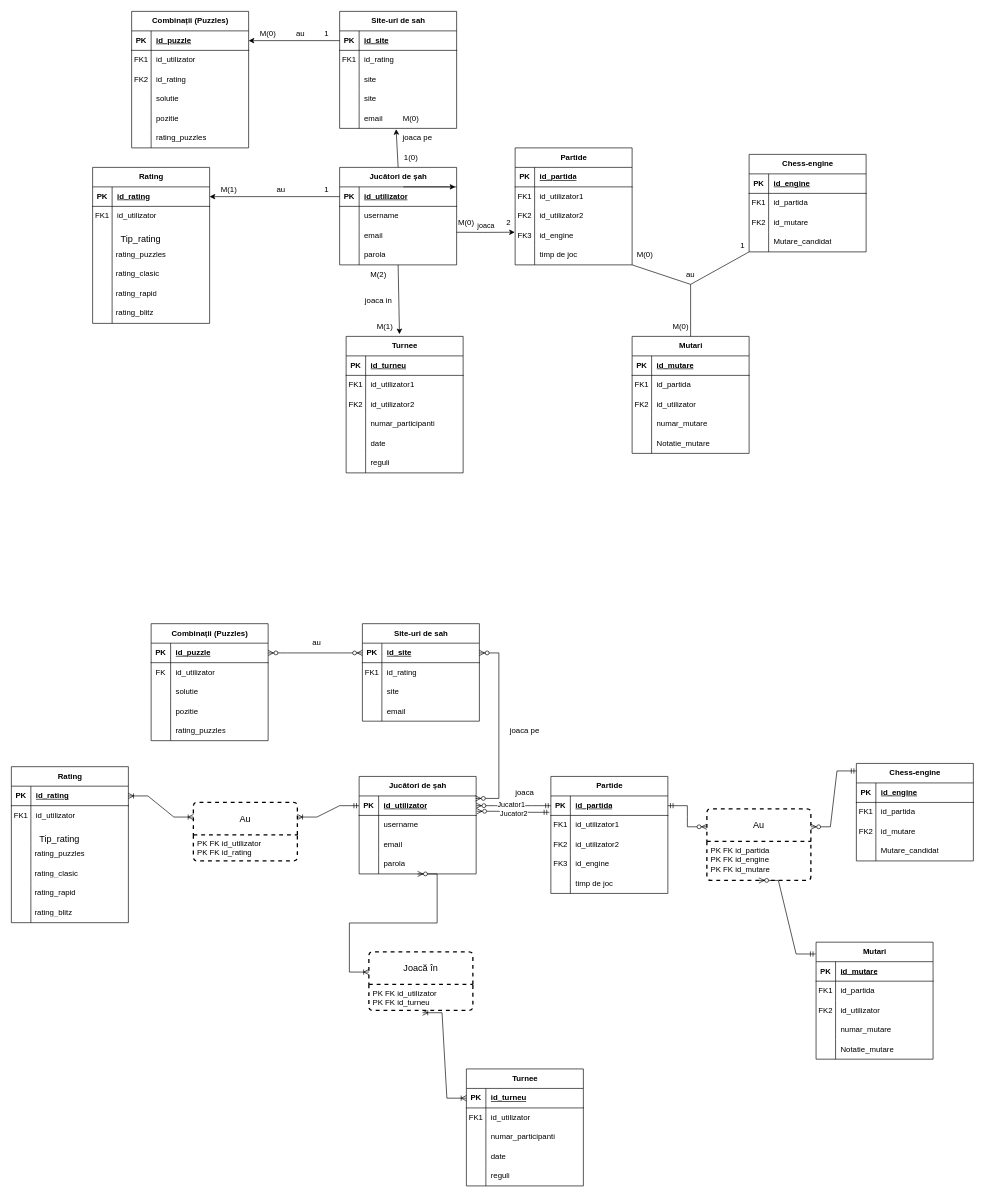
This is Anul1/Semestrul 2/BD/proiect/Sah.drawio from CiprianVlad/facultate, a draw.io file, before an edit. Source tidied: cells renumbered, new cells numbered last; positions are measured from the earlier drawing's top-left corner, leaving out a move shared by most shapes. Both pictures are drawn from the tidied source at 65%, with x=0, y=0 at pixel (11, 11).
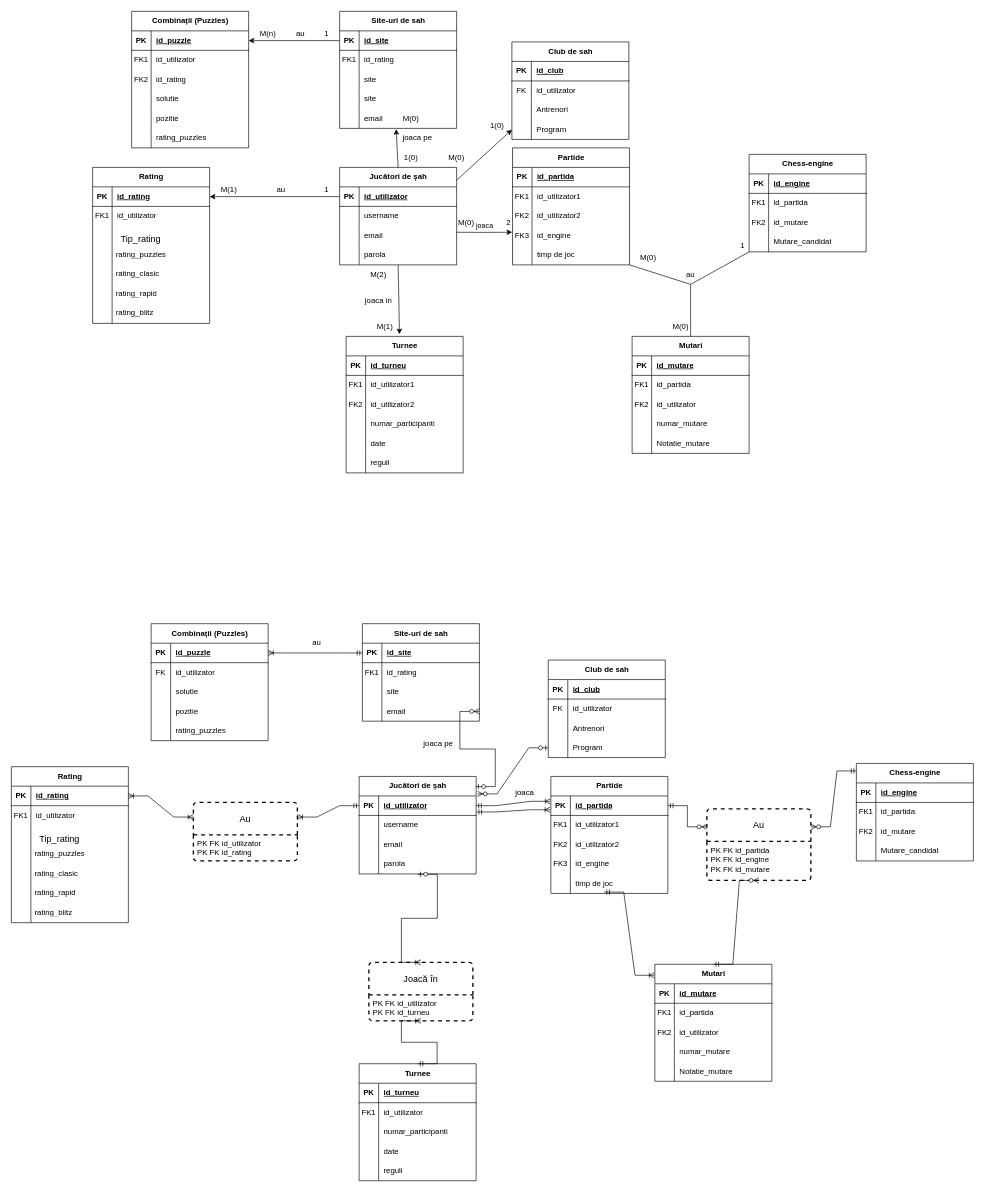
The same diagram, later.

Unchanged cells that the change refers to:
```xml
<mxCell id="2" value="Jucători de șah" style="shape=table;startSize=30;childLayout=tableLayout;rowLines=0;fontStyle=1;align=center;html=1;" parent="1" vertex="1">
  <mxGeometry x="505" y="240" width="180" height="150" as="geometry" />
</mxCell>
<mxCell id="159" value="Jucători de șah" style="shape=table;startSize=30;childLayout=tableLayout;rowLines=0;fontStyle=1;align=center;html=1;" parent="1" vertex="1">
  <mxGeometry x="535" y="1177" width="180" height="150" as="geometry" />
</mxCell>
<mxCell id="160" style="shape=tableRow;horizontal=0;startSize=0;swimlaneHead=0;swimlaneBody=0;fillColor=none;points=[[0,0.5],[1,0.5]];portConstraint=eastwest;top=0;left=0;right=0;bottom=1;" parent="159" vertex="1">
  <mxGeometry y="30" width="180" height="30" as="geometry" />
</mxCell>
<mxCell id="169" style="shape=tableRow;horizontal=0;startSize=0;swimlaneHead=0;swimlaneBody=0;fillColor=none;points=[[0,0.5],[1,0.5]];portConstraint=eastwest;top=0;left=0;right=0;bottom=0;" parent="159" vertex="1">
  <mxGeometry y="120" width="180" height="30" as="geometry" />
</mxCell>
<mxCell id="173" style="shape=tableRow;horizontal=0;startSize=0;swimlaneHead=0;swimlaneBody=0;fillColor=none;points=[[0,0.5],[1,0.5]];portConstraint=eastwest;top=0;left=0;right=0;bottom=1;" parent="172" vertex="1">
  <mxGeometry y="30" width="180" height="30" as="geometry" />
</mxCell>
<mxCell id="185" style="shape=tableRow;horizontal=0;startSize=0;swimlaneHead=0;swimlaneBody=0;fillColor=none;points=[[0,0.5],[1,0.5]];portConstraint=eastwest;top=0;left=0;right=0;bottom=0;" parent="172" vertex="1">
  <mxGeometry y="150" width="180" height="30" as="geometry" />
</mxCell>
<mxCell id="189" style="shape=tableRow;horizontal=0;startSize=0;swimlaneHead=0;swimlaneBody=0;fillColor=none;points=[[0,0.5],[1,0.5]];portConstraint=eastwest;top=0;left=0;right=0;bottom=1;" parent="188" vertex="1">
  <mxGeometry y="30" width="180" height="30" as="geometry" />
</mxCell>
<mxCell id="198" style="shape=tableRow;horizontal=0;startSize=0;swimlaneHead=0;swimlaneBody=0;fillColor=none;points=[[0,0.5],[1,0.5]];portConstraint=eastwest;top=0;left=0;right=0;bottom=0;" parent="188" vertex="1">
  <mxGeometry y="120" width="180" height="30" as="geometry" />
</mxCell>
<mxCell id="231" style="shape=tableRow;horizontal=0;startSize=0;swimlaneHead=0;swimlaneBody=0;fillColor=none;points=[[0,0.5],[1,0.5]];portConstraint=eastwest;top=0;left=0;right=0;bottom=1;" parent="230" vertex="1">
  <mxGeometry y="30" width="180" height="30" as="geometry" />
</mxCell>
<mxCell id="247" style="shape=tableRow;horizontal=0;startSize=0;swimlaneHead=0;swimlaneBody=0;fillColor=none;points=[[0,0.5],[1,0.5]];portConstraint=eastwest;top=0;left=0;right=0;bottom=1;" parent="246" vertex="1">
  <mxGeometry y="30" width="180" height="30" as="geometry" />
</mxCell>
<mxCell id="263" value="Au" style="swimlane;horizontal=1;startSize=50;rounded=1;fontSize=14;fontStyle=0;strokeWidth=2;shadow=0;dashed=1;align=center;arcSize=4;whiteSpace=wrap;html=1;" parent="1" vertex="1">
  <mxGeometry x="1070" y="1227" width="160" height="110" as="geometry" />
</mxCell>
<mxCell id="266" value="&lt;div&gt;PK FK id_utilizator&lt;/div&gt;&lt;div&gt;PK FK id_turneu&lt;/div&gt;" style="align=left;strokeColor=none;fillColor=none;spacingLeft=4;spacingRight=4;fontSize=12;verticalAlign=top;html=1;whiteSpace=wrap;dashed=1;rounded=1;" parent="265" vertex="1">
  <mxGeometry y="50" width="160" height="40" as="geometry" />
</mxCell>
```

Change to the diagram source:
```diff
@@
     <mxCell id="15" value="Partide" style="shape=table;startSize=30;childLayout=tableLayout;rowLines=0;fontStyle=1;align=center;html=1;" parent="1" vertex="1">
-      <mxGeometry x="775" y="210" width="180" height="180" as="geometry" />
+      <mxGeometry x="771" y="210" width="180" height="180" as="geometry" />
     </mxCell>
@@
-    <mxCell id="158" value="&lt;div&gt;M(0)&lt;/div&gt;" style="text;html=1;align=center;verticalAlign=middle;whiteSpace=wrap;rounded=0;" parent="1" vertex="1">
+    <mxCell id="158" value="M(n)" style="text;html=1;align=center;verticalAlign=middle;whiteSpace=wrap;rounded=0;" parent="1" vertex="1">
       <mxGeometry x="365" y="20" width="60" height="30" as="geometry" />
     </mxCell>
@@
     <mxCell id="214" value="Mutari" style="shape=table;startSize=30;childLayout=tableLayout;rowLines=0;fontStyle=1;align=center;html=1;" parent="1" vertex="1">
-      <mxGeometry x="1238" y="1432" width="180" height="180" as="geometry" />
+      <mxGeometry x="990" y="1466" width="180" height="180" as="geometry" />
     </mxCell>
@@
     <mxCell id="230" value="Turnee" style="shape=table;startSize=30;childLayout=tableLayout;rowLines=0;fontStyle=1;align=center;html=1;" parent="1" vertex="1">
-      <mxGeometry x="700" y="1627" width="180" height="180" as="geometry" />
+      <mxGeometry x="535" y="1619" width="180" height="180" as="geometry" />
     </mxCell>
@@
     <mxCell id="265" value="Joacă în" style="swimlane;horizontal=1;startSize=50;rounded=1;fontSize=14;fontStyle=0;strokeWidth=2;shadow=0;dashed=1;align=center;arcSize=4;whiteSpace=wrap;html=1;" parent="1" vertex="1">
-      <mxGeometry x="550" y="1447" width="160" height="90" as="geometry" />
+      <mxGeometry x="550" y="1463" width="160" height="90" as="geometry" />
     </mxCell>
@@
-    <mxCell id="267" style="edgeStyle=entityRelationEdgeStyle;fontSize=12;html=1;endArrow=ERoneToMany;startArrow=ERoneToMany;rounded=0;entryX=0.516;entryY=1.088;entryDx=0;entryDy=0;entryPerimeter=0;exitX=0;exitY=0.5;exitDx=0;exitDy=0;" parent="1" edge="1" source="231" target="266">
-      <mxGeometry relative="1" as="geometry">
-        <Array as="points">
-          <mxPoint x="750" y="1597" />
-          <mxPoint x="750" y="1587" />
-        </Array>
-      </mxGeometry>
-    </mxCell>
-    <mxCell id="268" style="edgeStyle=entityRelationEdgeStyle;fontSize=12;html=1;endArrow=ERzeroToMany;endFill=1;startArrow=ERzeroToMany;rounded=0;exitX=0.995;exitY=0.128;exitDx=0;exitDy=0;exitPerimeter=0;" parent="1" edge="1" source="160" target="189">
-      <mxGeometry relative="1" as="geometry">
-        <Array as="points">
-          <mxPoint x="630" y="1087" />
-          <mxPoint x="750" y="1037" />
-          <mxPoint x="600" y="1067" />
-        </Array>
-      </mxGeometry>
-    </mxCell>
-    <mxCell id="269" style="edgeStyle=entityRelationEdgeStyle;fontSize=12;html=1;endArrow=ERzeroToMany;endFill=1;startArrow=ERzeroToMany;rounded=0;entryX=0;entryY=0.5;entryDx=0;entryDy=0;exitX=1;exitY=0.5;exitDx=0;exitDy=0;" parent="1" edge="1" source="247" target="189">
-      <mxGeometry relative="1" as="geometry" />
-    </mxCell>
@@
-    <mxCell id="272" style="edgeStyle=entityRelationEdgeStyle;fontSize=12;html=1;endArrow=ERoneToMany;startArrow=ERzeroToMany;rounded=0;exitX=0.5;exitY=1;exitDx=0;exitDy=0;" parent="1" edge="1" source="159">
-      <mxGeometry relative="1" as="geometry">
-        <mxPoint x="550" y="1478" as="targetPoint" />
-      </mxGeometry>
-    </mxCell>
-    <mxCell id="273" style="edgeStyle=entityRelationEdgeStyle;fontSize=12;html=1;endArrow=ERzeroToMany;startArrow=ERmandOne;rounded=0;entryX=1;entryY=0.5;entryDx=0;entryDy=0;exitX=0;exitY=0.5;exitDx=0;exitDy=0;" parent="1" edge="1" source="173" target="160">
-      <mxGeometry relative="1" as="geometry" />
-    </mxCell>
-    <mxCell id="274" value="&lt;div&gt;Jucator1&lt;/div&gt;" style="edgeLabel;html=1;align=center;verticalAlign=middle;" parent="273" vertex="1">
-      <mxGeometry x="0.07" y="-2" relative="1" as="geometry" />
-    </mxCell>
@@
     <mxCell id="276" value="&lt;div&gt;joaca pe&lt;/div&gt;" style="text;html=1;align=center;verticalAlign=middle;whiteSpace=wrap;rounded=0;" parent="1" vertex="1">
-      <mxGeometry x="760" y="1092" width="60" height="30" as="geometry" />
+      <mxGeometry x="627" y="1111" width="60" height="30" as="geometry" />
     </mxCell>
@@
-    <mxCell id="309" style="edgeStyle=entityRelationEdgeStyle;fontSize=12;html=1;endArrow=ERzeroToMany;startArrow=ERmandOne;rounded=0;entryX=1.006;entryY=0.787;entryDx=0;entryDy=0;entryPerimeter=0;exitX=-0.013;exitY=0.84;exitDx=0;exitDy=0;exitPerimeter=0;" parent="1" edge="1" source="173" target="160">
-      <mxGeometry relative="1" as="geometry">
-        <Array as="points">
-          <mxPoint x="940" y="1127" />
-        </Array>
-      </mxGeometry>
-    </mxCell>
-    <mxCell id="310" value="&lt;div&gt;Jucator2&lt;/div&gt;" style="edgeLabel;html=1;align=center;verticalAlign=middle;" parent="309" vertex="1">
-      <mxGeometry x="-0.02" y="1" relative="1" as="geometry">
-        <mxPoint y="1" as="offset" />
-      </mxGeometry>
-    </mxCell>
     <mxCell id="311" value="M(0)" style="text;html=1;align=center;verticalAlign=middle;whiteSpace=wrap;rounded=0;" parent="1" vertex="1">
-      <mxGeometry x="945" y="360" width="60" height="30" as="geometry" />
+      <mxGeometry x="950" y="364" width="60" height="30" as="geometry" />
     </mxCell>
@@
-    <mxCell id="316" style="edgeStyle=none;orthogonalLoop=1;jettySize=auto;html=1;rounded=0;" parent="1" edge="1">
-      <mxGeometry relative="1" as="geometry">
-        <mxPoint x="603" y="270" as="sourcePoint" />
-        <mxPoint x="683" y="270" as="targetPoint" />
-      </mxGeometry>
-    </mxCell>
@@
-    <mxCell id="320" style="edgeStyle=entityRelationEdgeStyle;fontSize=12;html=1;endArrow=ERzeroToMany;startArrow=ERmandOne;rounded=0;entryX=0.5;entryY=1;entryDx=0;entryDy=0;exitX=-0.004;exitY=0.101;exitDx=0;exitDy=0;exitPerimeter=0;" parent="1" edge="1" source="214" target="263">
+    <mxCell id="320" style="edgeStyle=entityRelationEdgeStyle;fontSize=12;html=1;endArrow=ERzeroToMany;startArrow=ERmandOne;rounded=0;entryX=0.5;entryY=1;entryDx=0;entryDy=0;exitX=0.5;exitY=0;exitDx=0;exitDy=0;" parent="1" edge="1" source="214" target="263">
       <mxGeometry relative="1" as="geometry">
         <Array as="points">
           <mxPoint x="1095" y="1269" />
           <mxPoint x="1096" y="1541" />
           <mxPoint x="960" y="1158" />
           <mxPoint x="1161" y="1324" />
           <mxPoint x="1160" y="1311" />
           <mxPoint x="1055" y="1229" />
         </Array>
       </mxGeometry>
     </mxCell>
+    <mxCell id="321" style="edgeStyle=entityRelationEdgeStyle;fontSize=12;html=1;endArrow=ERoneToMany;startArrow=ERmandOne;rounded=0;exitX=0.456;exitY=0.933;exitDx=0;exitDy=0;exitPerimeter=0;entryX=-0.003;entryY=0.094;entryDx=0;entryDy=0;entryPerimeter=0;" parent="1" edge="1" source="185" target="214">
+      <mxGeometry relative="1" as="geometry">
+        <Array as="points">
+          <mxPoint x="1077" y="1422" />
+        </Array>
+      </mxGeometry>
+    </mxCell>
+    <mxCell id="322" style="edgeStyle=entityRelationEdgeStyle;fontSize=12;html=1;endArrow=ERoneToMany;startArrow=ERmandOne;rounded=0;entryX=0.5;entryY=1;entryDx=0;entryDy=0;exitX=0.5;exitY=0;exitDx=0;exitDy=0;" parent="1" edge="1" source="230" target="266">
+      <mxGeometry relative="1" as="geometry" />
+    </mxCell>
+    <mxCell id="323" style="edgeStyle=entityRelationEdgeStyle;fontSize=12;html=1;endArrow=ERoneToMany;startArrow=ERzeroToOne;rounded=0;entryX=0.5;entryY=0;entryDx=0;entryDy=0;exitX=0.502;exitY=1.02;exitDx=0;exitDy=0;exitPerimeter=0;" parent="1" edge="1" source="169" target="265">
+      <mxGeometry relative="1" as="geometry">
+        <Array as="points">
+          <mxPoint x="765" y="1459" />
+        </Array>
+      </mxGeometry>
+    </mxCell>
+    <mxCell id="324" style="edgeStyle=entityRelationEdgeStyle;fontSize=12;html=1;endArrow=ERoneToMany;startArrow=ERmandOne;rounded=0;entryX=-0.003;entryY=0.276;entryDx=0;entryDy=0;entryPerimeter=0;exitX=1;exitY=0.5;exitDx=0;exitDy=0;" parent="1" edge="1" source="160" target="173">
+      <mxGeometry relative="1" as="geometry" />
+    </mxCell>
+    <mxCell id="325" style="edgeStyle=entityRelationEdgeStyle;fontSize=12;html=1;endArrow=ERoneToMany;startArrow=ERmandOne;rounded=0;entryX=-0.005;entryY=0.71;entryDx=0;entryDy=0;entryPerimeter=0;exitX=1.002;exitY=0.822;exitDx=0;exitDy=0;exitPerimeter=0;" parent="1" edge="1" source="160" target="173">
+      <mxGeometry relative="1" as="geometry" />
+    </mxCell>
+    <mxCell id="326" style="edgeStyle=entityRelationEdgeStyle;fontSize=12;html=1;endArrow=ERzeroToMany;startArrow=ERzeroToOne;rounded=0;entryX=1;entryY=0.5;entryDx=0;entryDy=0;exitX=0.997;exitY=0.104;exitDx=0;exitDy=0;exitPerimeter=0;" parent="1" edge="1" source="159" target="198">
+      <mxGeometry relative="1" as="geometry" />
+    </mxCell>
+    <mxCell id="327" style="edgeStyle=entityRelationEdgeStyle;fontSize=12;html=1;endArrow=ERoneToMany;startArrow=ERmandOne;rounded=0;entryX=1;entryY=0.5;entryDx=0;entryDy=0;exitX=0;exitY=0.5;exitDx=0;exitDy=0;" parent="1" edge="1" source="189" target="247">
+      <mxGeometry relative="1" as="geometry" />
+    </mxCell>
+    <mxCell id="328" value="Club de sah" style="shape=table;startSize=30;childLayout=tableLayout;rowLines=0;fontStyle=1;align=center;html=1;" parent="1" vertex="1">
+      <mxGeometry x="770" y="47" width="180" height="150" as="geometry" />
+    </mxCell>
+    <mxCell id="329" style="shape=tableRow;horizontal=0;startSize=0;swimlaneHead=0;swimlaneBody=0;fillColor=none;top=0;left=0;right=0;bottom=1;" parent="328" vertex="1">
+      <mxGeometry y="30" width="180" height="30" as="geometry" />
+    </mxCell>
+    <mxCell id="330" value="PK" style="shape=partialRectangle;fillColor=none;top=0;left=0;bottom=0;right=0;fontStyle=1;overflow=hidden;whiteSpace=wrap;html=1;" parent="329" vertex="1">
+      <mxGeometry width="30" height="30" as="geometry" />
+    </mxCell>
+    <mxCell id="331" value="id_club" style="shape=partialRectangle;fillColor=none;top=0;left=0;bottom=0;right=0;align=left;spacingLeft=6;fontStyle=5;overflow=hidden;whiteSpace=wrap;html=1;" parent="329" vertex="1">
+      <mxGeometry x="30" width="150" height="30" as="geometry" />
+    </mxCell>
+    <mxCell id="332" style="shape=tableRow;horizontal=0;startSize=0;swimlaneHead=0;swimlaneBody=0;fillColor=none;top=0;left=0;right=0;bottom=0;" parent="328" vertex="1">
+      <mxGeometry y="60" width="180" height="30" as="geometry" />
+    </mxCell>
+    <mxCell id="333" value="FK" style="shape=partialRectangle;fillColor=none;top=0;left=0;bottom=0;right=0;overflow=hidden;whiteSpace=wrap;html=1;" parent="332" vertex="1">
+      <mxGeometry width="30" height="30" as="geometry" />
+    </mxCell>
+    <mxCell id="334" value="id_utilizator" style="shape=partialRectangle;fillColor=none;top=0;left=0;bottom=0;right=0;align=left;spacingLeft=6;overflow=hidden;whiteSpace=wrap;html=1;" parent="332" vertex="1">
+      <mxGeometry x="30" width="150" height="30" as="geometry" />
+    </mxCell>
+    <mxCell id="335" style="shape=tableRow;horizontal=0;startSize=0;swimlaneHead=0;swimlaneBody=0;fillColor=none;top=0;left=0;right=0;bottom=0;" parent="328" vertex="1">
+      <mxGeometry y="90" width="180" height="30" as="geometry" />
+    </mxCell>
+    <mxCell id="336" style="shape=partialRectangle;fillColor=none;top=0;left=0;bottom=0;right=0;overflow=hidden;whiteSpace=wrap;html=1;" parent="335" vertex="1">
+      <mxGeometry width="30" height="30" as="geometry" />
+    </mxCell>
+    <mxCell id="337" value="Antrenori" style="shape=partialRectangle;fillColor=none;top=0;left=0;bottom=0;right=0;align=left;spacingLeft=6;overflow=hidden;whiteSpace=wrap;html=1;" parent="335" vertex="1">
+      <mxGeometry x="30" width="150" height="30" as="geometry" />
+    </mxCell>
+    <mxCell id="338" style="shape=tableRow;horizontal=0;startSize=0;swimlaneHead=0;swimlaneBody=0;fillColor=none;points=[[0,0.5],[1,0.5]];portConstraint=eastwest;top=0;left=0;right=0;bottom=0;" parent="328" vertex="1">
+      <mxGeometry y="120" width="180" height="30" as="geometry" />
+    </mxCell>
+    <mxCell id="339" style="shape=partialRectangle;fillColor=none;top=0;left=0;bottom=0;right=0;overflow=hidden;whiteSpace=wrap;html=1;" parent="338" vertex="1">
+      <mxGeometry width="30" height="30" as="geometry" />
+    </mxCell>
+    <mxCell id="340" value="Program" style="shape=partialRectangle;fillColor=none;top=0;left=0;bottom=0;right=0;align=left;spacingLeft=6;overflow=hidden;whiteSpace=wrap;html=1;" parent="338" vertex="1">
+      <mxGeometry x="30" width="150" height="30" as="geometry" />
+    </mxCell>
+    <mxCell id="341" style="endArrow=classic;html=1;rounded=0;entryX=0;entryY=0.5;entryDx=0;entryDy=0;exitX=1.001;exitY=0.131;exitDx=0;exitDy=0;exitPerimeter=0;" parent="1" edge="1" source="2" target="338">
+      <mxGeometry relative="1" as="geometry" />
+    </mxCell>
+    <mxCell id="342" value="M(0)" style="text;html=1;align=center;verticalAlign=middle;whiteSpace=wrap;rounded=0;" parent="1" vertex="1">
+      <mxGeometry x="655" y="210" width="60" height="30" as="geometry" />
+    </mxCell>
+    <mxCell id="343" value="1(0)" style="text;html=1;align=center;verticalAlign=middle;strokeColor=none;fillColor=none;" parent="1" vertex="1">
+      <mxGeometry x="727" y="163" width="39" height="26" as="geometry" />
+    </mxCell>
+    <mxCell id="344" value="Club de sah" style="shape=table;startSize=30;childLayout=tableLayout;rowLines=0;fontStyle=1;align=center;html=1;" parent="1" vertex="1">
+      <mxGeometry x="826" y="998" width="180" height="150" as="geometry" />
+    </mxCell>
+    <mxCell id="345" style="shape=tableRow;horizontal=0;startSize=0;swimlaneHead=0;swimlaneBody=0;fillColor=none;top=0;left=0;right=0;bottom=1;" parent="344" vertex="1">
+      <mxGeometry y="30" width="180" height="30" as="geometry" />
+    </mxCell>
+    <mxCell id="346" value="PK" style="shape=partialRectangle;fillColor=none;top=0;left=0;bottom=0;right=0;fontStyle=1;overflow=hidden;whiteSpace=wrap;html=1;" parent="345" vertex="1">
+      <mxGeometry width="30" height="30" as="geometry" />
+    </mxCell>
+    <mxCell id="347" value="id_club" style="shape=partialRectangle;fillColor=none;top=0;left=0;bottom=0;right=0;align=left;spacingLeft=6;fontStyle=5;overflow=hidden;whiteSpace=wrap;html=1;" parent="345" vertex="1">
+      <mxGeometry x="30" width="150" height="30" as="geometry" />
+    </mxCell>
+    <mxCell id="348" style="shape=tableRow;horizontal=0;startSize=0;swimlaneHead=0;swimlaneBody=0;fillColor=none;top=0;left=0;right=0;bottom=0;" parent="344" vertex="1">
+      <mxGeometry y="60" width="180" height="30" as="geometry" />
+    </mxCell>
+    <mxCell id="349" value="FK" style="shape=partialRectangle;fillColor=none;top=0;left=0;bottom=0;right=0;overflow=hidden;whiteSpace=wrap;html=1;" parent="348" vertex="1">
+      <mxGeometry width="30" height="30" as="geometry" />
+    </mxCell>
+    <mxCell id="350" value="id_utilizator" style="shape=partialRectangle;fillColor=none;top=0;left=0;bottom=0;right=0;align=left;spacingLeft=6;overflow=hidden;whiteSpace=wrap;html=1;" parent="348" vertex="1">
+      <mxGeometry x="30" width="150" height="30" as="geometry" />
+    </mxCell>
+    <mxCell id="351" style="shape=tableRow;horizontal=0;startSize=0;swimlaneHead=0;swimlaneBody=0;fillColor=none;top=0;left=0;right=0;bottom=0;" parent="344" vertex="1">
+      <mxGeometry y="90" width="180" height="30" as="geometry" />
+    </mxCell>
+    <mxCell id="352" style="shape=partialRectangle;fillColor=none;top=0;left=0;bottom=0;right=0;overflow=hidden;whiteSpace=wrap;html=1;" parent="351" vertex="1">
+      <mxGeometry width="30" height="30" as="geometry" />
+    </mxCell>
+    <mxCell id="353" value="Antrenori" style="shape=partialRectangle;fillColor=none;top=0;left=0;bottom=0;right=0;align=left;spacingLeft=6;overflow=hidden;whiteSpace=wrap;html=1;" parent="351" vertex="1">
+      <mxGeometry x="30" width="150" height="30" as="geometry" />
+    </mxCell>
+    <mxCell id="354" style="shape=tableRow;horizontal=0;startSize=0;swimlaneHead=0;swimlaneBody=0;fillColor=none;points=[[0,0.5],[1,0.5]];portConstraint=eastwest;top=0;left=0;right=0;bottom=0;" parent="344" vertex="1">
+      <mxGeometry y="120" width="180" height="30" as="geometry" />
+    </mxCell>
+    <mxCell id="355" style="shape=partialRectangle;fillColor=none;top=0;left=0;bottom=0;right=0;overflow=hidden;whiteSpace=wrap;html=1;" parent="354" vertex="1">
+      <mxGeometry width="30" height="30" as="geometry" />
+    </mxCell>
+    <mxCell id="356" value="Program" style="shape=partialRectangle;fillColor=none;top=0;left=0;bottom=0;right=0;align=left;spacingLeft=6;overflow=hidden;whiteSpace=wrap;html=1;" parent="354" vertex="1">
+      <mxGeometry x="30" width="150" height="30" as="geometry" />
+    </mxCell>
+    <mxCell id="357" style="edgeStyle=entityRelationEdgeStyle;fontSize=12;html=1;endArrow=ERzeroToMany;startArrow=ERzeroToOne;rounded=0;entryX=1.012;entryY=0.179;entryDx=0;entryDy=0;entryPerimeter=0;exitX=0;exitY=0.5;exitDx=0;exitDy=0;" parent="1" edge="1" source="354" target="159">
+      <mxGeometry relative="1" as="geometry" />
+    </mxCell>
```
